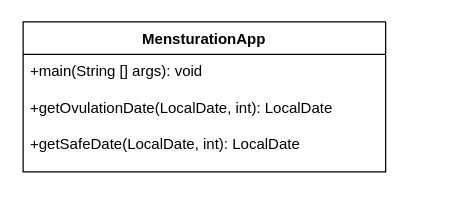
BabatundeOla1/javaTask keeps this draw.io diagram as PhaseGate/Mensturation class diagram.drawio. Above is the earlier version. Source tidied: cells renumbered, new cells numbered last; positions are measured from the earlier drawing's top-left corner, leaving out a move shared by most shapes. Both pictures are drawn from the tidied source at 125%, with x=0, y=0 at pixel (22, 21).
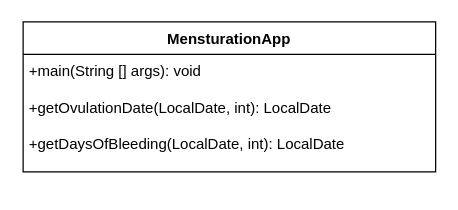
After the change.

The edit, as a diff of the source:
```diff
@@
 <mxGraphModel>
   <root>
     <mxCell id="0" />
     <mxCell id="1" parent="0" />
     <mxCell id="2" value="MensturationApp" style="swimlane;fontStyle=1;align=center;verticalAlign=top;horizontal=1;startSize=26;whiteSpace=wrap;html=1;" parent="1" vertex="1">
-      <mxGeometry width="290" height="120" as="geometry" />
+      <mxGeometry width="330" height="120" as="geometry" />
     </mxCell>
-    <mxCell id="3" value="&lt;div&gt;+main(String [] args): void&lt;/div&gt;&lt;div&gt;&lt;br&gt;&lt;/div&gt;+getOvulationDate(LocalDate, int): LocalDate&lt;div&gt;&lt;br&gt;&lt;/div&gt;&lt;div&gt;+getSafeDate(LocalDate, int): LocalDate&lt;/div&gt;" style="text;strokeColor=none;fillColor=none;align=left;verticalAlign=top;spacingLeft=4;spacingRight=4;overflow=hidden;whiteSpace=wrap;html=1;" parent="1" vertex="1">
-      <mxGeometry y="26" width="260" height="104" as="geometry" />
+    <mxCell id="3" value="&lt;div&gt;+main(String [] args): void&lt;/div&gt;&lt;div&gt;&lt;br&gt;&lt;/div&gt;+getOvulationDate(LocalDate, int): LocalDate&lt;div&gt;&lt;br&gt;&lt;/div&gt;&lt;div&gt;+getDaysOfBleeding(LocalDate, int): LocalDate&lt;/div&gt;" style="text;strokeColor=none;fillColor=none;align=left;verticalAlign=top;spacingLeft=4;spacingRight=4;overflow=hidden;whiteSpace=wrap;html=1;" parent="1" vertex="1">
+      <mxGeometry x="-1" y="26" width="320" height="104" as="geometry" />
     </mxCell>
   </root>
 </mxGraphModel>
```
